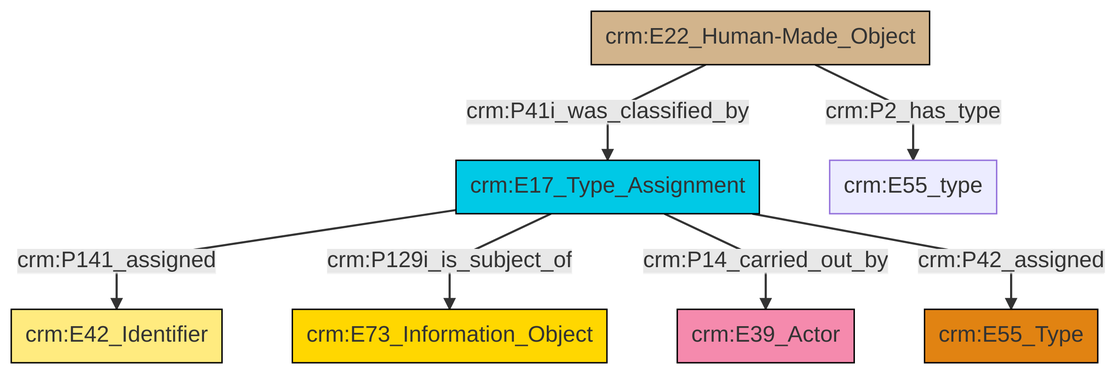
Earlier version of the Mermaid export et/builtWorkCSV/ttl/mmd/png/Built_Work_designation_status.png (swiss-art-research-net/reference-data-models). Its source is kept beside it as et/builtWorkCSV/ttl/mmd/Built_Work_designation_status.ttl.mmd.
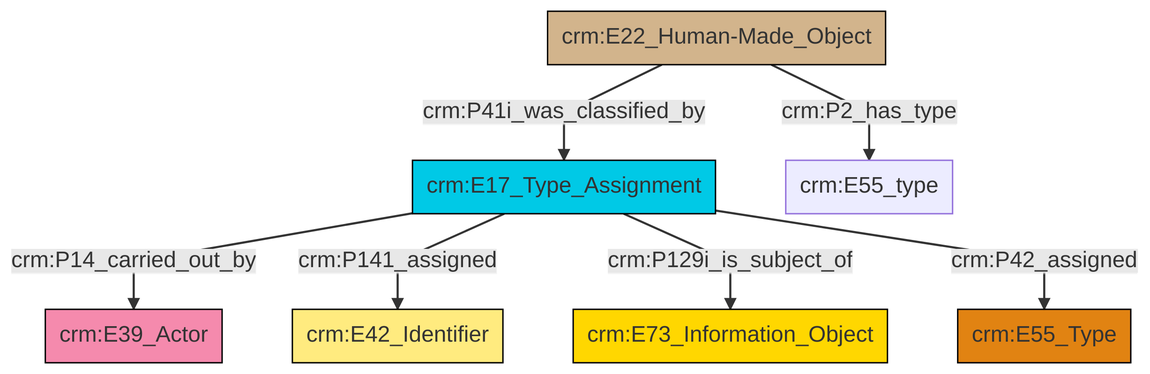
After the commit.

Diff of the diagram source:
```diff
@@ -13,9 +13,9 @@
 classDef PC_Classes fill:#4ce600, stroke:#000000;
 classDef Multi fill:#cccccc,stroke:#000000;
 
-0["crm:E17_Type_Assignment"]:::Temporal_Entity -->|crm:P141_assigned| 2["crm:E42_Identifier"]:::Appellation
-8["crm:E22_Human-Made_Object"]:::Physical_Thing -->|crm:P2_has_type| 3["crm:E55_type"]:::Default
-8["crm:E22_Human-Made_Object"]:::Physical_Thing -->|crm:P41i_was_classified_by| 0["crm:E17_Type_Assignment"]:::Temporal_Entity
-0["crm:E17_Type_Assignment"]:::Temporal_Entity -->|crm:P129i_is_subject_of| 9["crm:E73_Information_Object"]:::Conceptual_Object
-0["crm:E17_Type_Assignment"]:::Temporal_Entity -->|crm:P14_carried_out_by| 11["crm:E39_Actor"]:::Actor
-0["crm:E17_Type_Assignment"]:::Temporal_Entity -->|crm:P42_assigned| 5["crm:E55_Type"]:::Type
+2["crm:E17_Type_Assignment"]:::Temporal_Entity -->|crm:P14_carried_out_by| 3["crm:E39_Actor"]:::Actor
+4["crm:E22_Human-Made_Object"]:::Physical_Thing -->|crm:P41i_was_classified_by| 2["crm:E17_Type_Assignment"]:::Temporal_Entity
+2["crm:E17_Type_Assignment"]:::Temporal_Entity -->|crm:P141_assigned| 0["crm:E42_Identifier"]:::Appellation
+2["crm:E17_Type_Assignment"]:::Temporal_Entity -->|crm:P129i_is_subject_of| 5["crm:E73_Information_Object"]:::Conceptual_Object
+4["crm:E22_Human-Made_Object"]:::Physical_Thing -->|crm:P2_has_type| 11["crm:E55_type"]:::Default
+2["crm:E17_Type_Assignment"]:::Temporal_Entity -->|crm:P42_assigned| 7["crm:E55_Type"]:::Type
```
